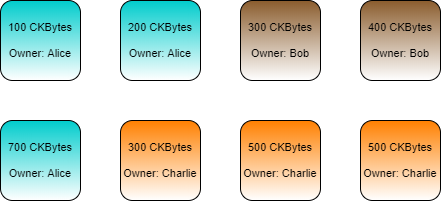
Before: .gitbook/assets/cell-owners-2.png, a diagram exported from draw.io (jordanmack/developer-training-course-documentation). Source tidied: cells renumbered, new cells last; positions are measured from the earlier drawing's top-left corner, leaving out a move shared by most shapes. The source it was exported from:
```xml
<mxGraphModel>
  <root>
    <mxCell id="0" />
    <mxCell id="1" parent="0" />
    <mxCell id="2" value="100 CKBytes&lt;br&gt;&lt;br&gt;Owner: Alice" style="rounded=1;whiteSpace=wrap;html=1;fontSize=11;gradientColor=#ffffff;fillColor=#00CCCC;" parent="1" vertex="1">
      <mxGeometry width="80" height="80" as="geometry" />
    </mxCell>
    <mxCell id="3" value="200 CKBytes&lt;br&gt;&lt;br&gt;Owner: Alice" style="rounded=1;whiteSpace=wrap;html=1;fontSize=11;gradientColor=#ffffff;fillColor=#00CCCC;" parent="1" vertex="1">
      <mxGeometry x="120" width="80" height="80" as="geometry" />
    </mxCell>
    <mxCell id="4" value="300 CKBytes&lt;br&gt;&lt;br&gt;Owner: Bob" style="rounded=1;whiteSpace=wrap;html=1;fontSize=11;gradientColor=#ffffff;fillColor=#8A5C2D;" parent="1" vertex="1">
      <mxGeometry x="240" width="80" height="80" as="geometry" />
    </mxCell>
    <mxCell id="5" value="400 CKBytes&lt;br&gt;&lt;br&gt;Owner: Bob" style="rounded=1;whiteSpace=wrap;html=1;fontSize=11;gradientColor=#ffffff;fillColor=#8A5C2D;" parent="1" vertex="1">
      <mxGeometry x="360" width="80" height="80" as="geometry" />
    </mxCell>
    <mxCell id="6" value="300 CKBytes&lt;br&gt;&lt;br&gt;Owner: Charlie" style="rounded=1;whiteSpace=wrap;html=1;fontSize=11;gradientColor=#ffffff;fillColor=#FF8000;" parent="1" vertex="1">
      <mxGeometry x="120" y="120" width="80" height="80" as="geometry" />
    </mxCell>
    <mxCell id="7" value="500 CKBytes&lt;br&gt;&lt;br&gt;Owner: Charlie" style="rounded=1;whiteSpace=wrap;html=1;fontSize=11;gradientColor=#ffffff;fillColor=#FF8000;" parent="1" vertex="1">
      <mxGeometry x="240" y="120" width="80" height="80" as="geometry" />
    </mxCell>
    <mxCell id="8" value="500 CKBytes&lt;br&gt;&lt;br&gt;Owner: Charlie" style="rounded=1;whiteSpace=wrap;html=1;fontSize=11;gradientColor=#ffffff;fillColor=#FF8000;" parent="1" vertex="1">
      <mxGeometry x="360" y="120" width="80" height="80" as="geometry" />
    </mxCell>
    <mxCell id="9" value="700 CKBytes&lt;br&gt;&lt;br&gt;Owner: Alice" style="rounded=1;whiteSpace=wrap;html=1;fontSize=11;gradientColor=#ffffff;fillColor=#00CCCC;" parent="1" vertex="1">
      <mxGeometry y="120" width="80" height="80" as="geometry" />
    </mxCell>
  </root>
</mxGraphModel>
```
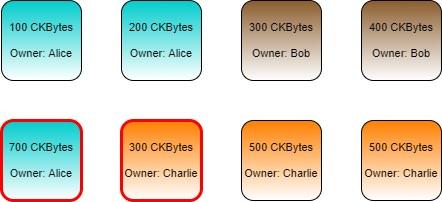
The same file after the commit.

What changed in the source:
```diff
@@ -14,7 +14,7 @@
     <mxCell id="5" value="400 CKBytes&lt;br&gt;&lt;br&gt;Owner: Bob" style="rounded=1;whiteSpace=wrap;html=1;fontSize=11;gradientColor=#ffffff;fillColor=#8A5C2D;" parent="1" vertex="1">
       <mxGeometry x="360" width="80" height="80" as="geometry" />
     </mxCell>
-    <mxCell id="6" value="300 CKBytes&lt;br&gt;&lt;br&gt;Owner: Charlie" style="rounded=1;whiteSpace=wrap;html=1;fontSize=11;gradientColor=#ffffff;fillColor=#FF8000;" parent="1" vertex="1">
+    <mxCell id="6" value="300 CKBytes&lt;br&gt;&lt;br&gt;Owner: Charlie" style="rounded=1;whiteSpace=wrap;html=1;fontSize=11;gradientColor=#ffffff;fillColor=#FF8000;strokeColor=#FF0000;strokeWidth=3;" parent="1" vertex="1">
       <mxGeometry x="120" y="120" width="80" height="80" as="geometry" />
     </mxCell>
     <mxCell id="7" value="500 CKBytes&lt;br&gt;&lt;br&gt;Owner: Charlie" style="rounded=1;whiteSpace=wrap;html=1;fontSize=11;gradientColor=#ffffff;fillColor=#FF8000;" parent="1" vertex="1">
@@ -23,7 +23,7 @@
     <mxCell id="8" value="500 CKBytes&lt;br&gt;&lt;br&gt;Owner: Charlie" style="rounded=1;whiteSpace=wrap;html=1;fontSize=11;gradientColor=#ffffff;fillColor=#FF8000;" parent="1" vertex="1">
       <mxGeometry x="360" y="120" width="80" height="80" as="geometry" />
     </mxCell>
-    <mxCell id="9" value="700 CKBytes&lt;br&gt;&lt;br&gt;Owner: Alice" style="rounded=1;whiteSpace=wrap;html=1;fontSize=11;gradientColor=#ffffff;fillColor=#00CCCC;" parent="1" vertex="1">
+    <mxCell id="9" value="700 CKBytes&lt;br&gt;&lt;br&gt;Owner: Alice" style="rounded=1;whiteSpace=wrap;html=1;fontSize=11;gradientColor=#ffffff;fillColor=#00CCCC;strokeColor=#FF0000;strokeWidth=3;" parent="1" vertex="1">
       <mxGeometry y="120" width="80" height="80" as="geometry" />
     </mxCell>
   </root>
```
